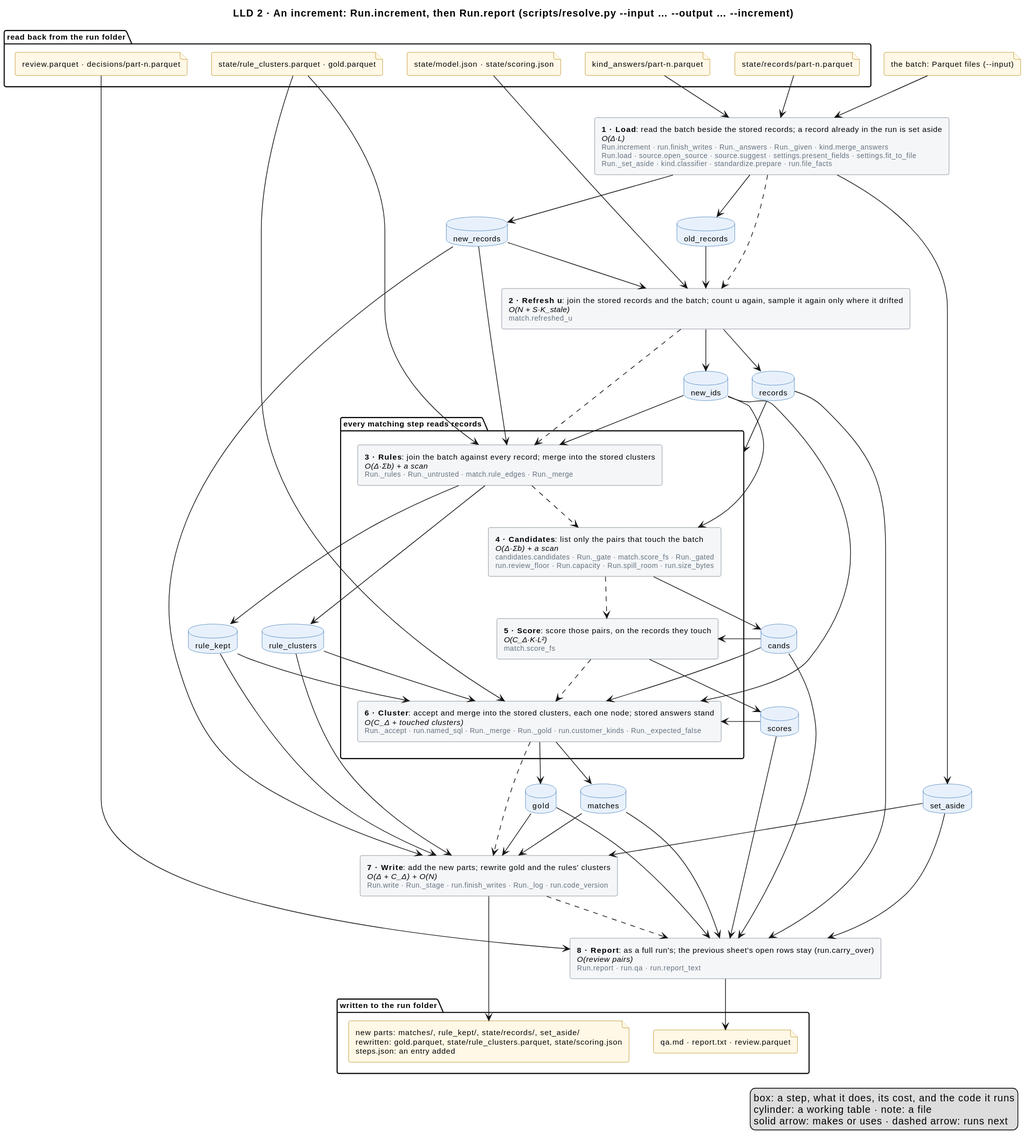
Above: docs/diagrams/increment.svg in mvsbm/entity_matching (PlantUML), before the change. Source of this version:
```plantuml
@startuml
title LLD 2 · An increment: Run.increment, then Run.report (scripts/resolve.py ~--input … ~--output … ~--increment)
skinparam defaultFontSize 11
skinparam rectangle {
  BackgroundColor #F4F6F8
  BorderColor #65717E
}
skinparam database {
  BackgroundColor #E8F1FB
  BorderColor #2C6DB3
}
skinparam file {
  BackgroundColor #FFF8E6
  BorderColor #B07D00
}

package "read back from the run folder" {
  file "state/model.json · state/scoring.json" as f_model
  file "state/records/part-n.parquet" as f_records
  file "state/rule_clusters.parquet · gold.parquet" as f_clusters
  file "kind_answers/part-n.parquet" as f_answers
  file "review.parquet · decisions/part-n.parquet" as f_sheet
}
file "the batch: Parquet files (~--input)" as f_batch


rectangle "<b>1 · Load</b>: read the batch beside the stored records; a record already in the run is set aside\n<i>O(Δ·L)</i>\n<size:10><color:#65717E>Run.increment · run.finish_writes · Run._answers · Run._given · kind.merge_answers</color></size>\n<size:10><color:#65717E>Run.load · source.open_source · source.suggest · settings.present_fields · settings.fit_to_file</color></size>\n<size:10><color:#65717E>Run._set_aside · kind.classifier · standardize.prepare · run.file_facts</color></size>" as load
rectangle "<b>2 · Refresh u</b>: join the stored records and the batch; count u again, sample it again only where it drifted\n<i>O(N + S·K_stale)</i>\n<size:10><color:#65717E>match.refreshed_u</color></size>" as fit
package "every matching step reads records" as matching {
  rectangle "<b>3 · Rules</b>: join the batch against every record; merge into the stored clusters\n<i>O(Δ·Σb) + a scan</i>\n<size:10><color:#65717E>Run._rules · Run._untrusted · match.rule_edges · Run._merge</color></size>" as rules
  rectangle "<b>4 · Candidates</b>: list only the pairs that touch the batch\n<i>O(Δ·Σb) + a scan</i>\n<size:10><color:#65717E>candidates.candidates · Run._gate · match.score_fs · Run._gated</color></size>\n<size:10><color:#65717E>run.review_floor · Run.capacity · Run.spill_room · run.size_bytes</color></size>" as candidates
  rectangle "<b>5 · Score</b>: score those pairs, on the records they touch\n<i>O(C_Δ·K·L²)</i>\n<size:10><color:#65717E>match.score_fs</color></size>" as score
  rectangle "<b>6 · Cluster</b>: accept and merge into the stored clusters, each one node; stored answers stand\n<i>O(C_Δ + touched clusters)</i>\n<size:10><color:#65717E>Run._accept · run.named_sql · Run._merge · Run._gold · run.customer_kinds · Run._expected_false</color></size>" as cluster
}
rectangle "<b>7 · Write</b>: add the new parts; rewrite gold and the rules' clusters\n<i>O(Δ + C_Δ) + O(N)</i>\n<size:10><color:#65717E>Run.write · Run._stage · run.finish_writes · Run._log · run.code_version</color></size>" as write
rectangle "<b>8 · Report</b>: as a full run's; the previous sheet's open rows stay (run.carry_over)\n<i>O(review pairs)</i>\n<size:10><color:#65717E>Run.report · run.qa · run.report_text</color></size>" as report
database "old_records" as old_records
database "new_records" as new_records
database "set_aside" as set_aside
database "records" as records
database "new_ids" as new_ids
database "rule_clusters" as rule_clusters
database "rule_kept" as rule_kept
database "cands" as cands
database "scores" as scores
database "matches" as matches
database "gold" as gold

package "written to the run folder" {
  file "new parts: matches/, rule_kept/, state/records/, set_aside/\nrewritten: gold.parquet, state/rule_clusters.parquet, state/scoring.json\nsteps.json: an entry added" as f_out
  file "qa.md · report.txt · review.parquet" as f_people
}

f_batch --> load
f_records --> load
f_answers --> load
f_model --> fit
f_clusters --> rules
f_clusters --> cluster
f_sheet --> report

load ..> fit
fit ..> rules
rules ..> candidates
candidates ..> score
score ..> cluster
cluster ..> write
write ..> report

load --> old_records
load --> new_records
load --> set_aside
old_records --> fit
new_records --> fit
fit --> records
fit --> new_ids
records --> matching
new_records --> rules
new_ids --> rules
rules --> rule_clusters
rules --> rule_kept
new_ids --> candidates
candidates --> cands
cands --> score
score --> scores
new_ids --> cluster
rule_clusters --> cluster
rule_kept --> cluster
cands --> cluster
scores --> cluster
cluster --> matches
cluster --> gold
new_records --> write
rule_clusters --> write
rule_kept --> write
matches --> write
gold --> write
set_aside --> write
records --> report
cands --> report
scores --> report
matches --> report
gold --> report
set_aside --> report

write --> f_out
report --> f_people
legend right
  box: a step, what it does, its cost, and the code it runs
  cylinder: a working table · note: a file
  solid arrow: makes or uses · dashed arrow: runs next
endlegend
@enduml
```
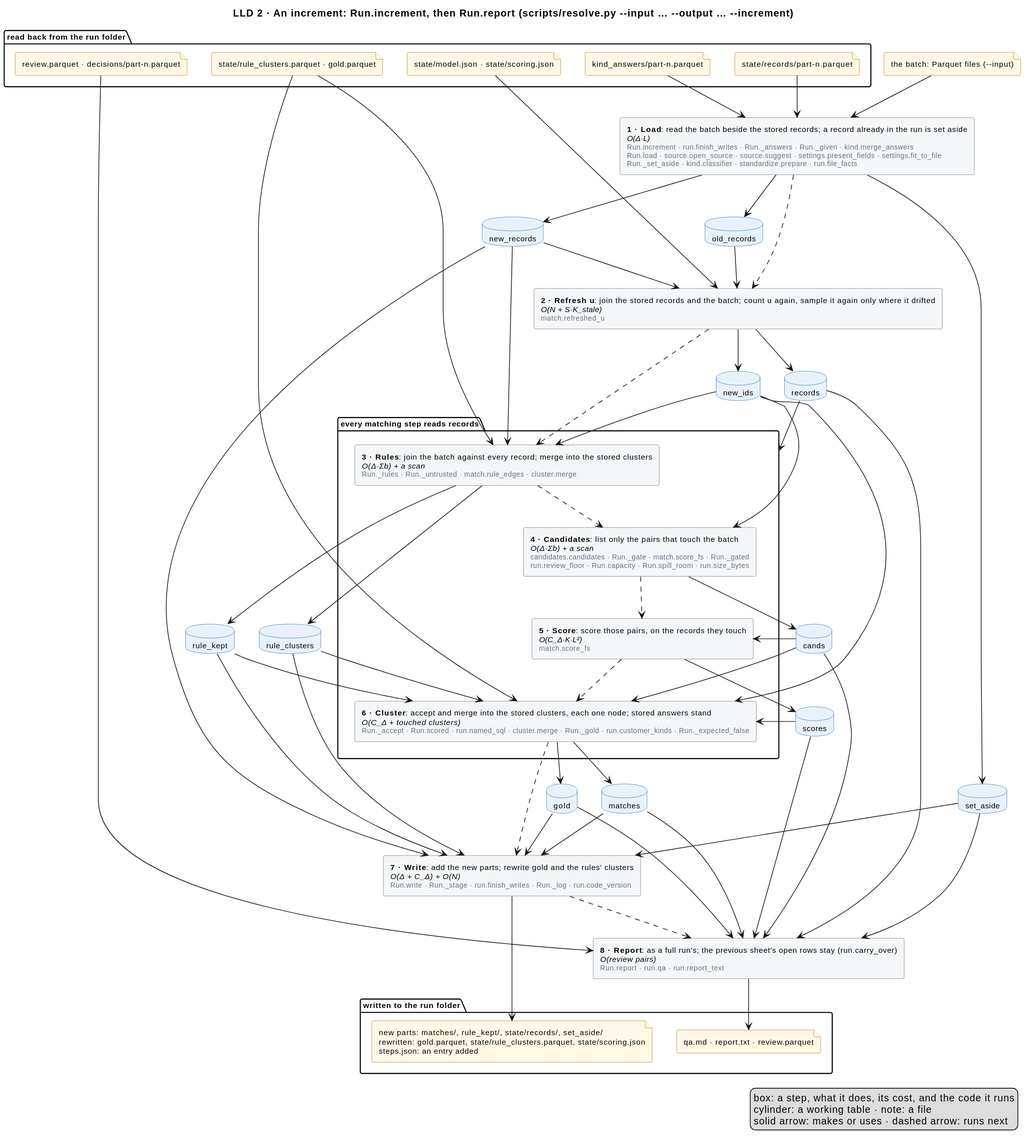
The same diagram one commit later.

The edit, as a diff of the source:
```diff
@@ -27,10 +27,10 @@
 rectangle "<b>1 · Load</b>: read the batch beside the stored records; a record already in the run is set aside\n<i>O(Δ·L)</i>\n<size:10><color:#65717E>Run.increment · run.finish_writes · Run._answers · Run._given · kind.merge_answers</color></size>\n<size:10><color:#65717E>Run.load · source.open_source · source.suggest · settings.present_fields · settings.fit_to_file</color></size>\n<size:10><color:#65717E>Run._set_aside · kind.classifier · standardize.prepare · run.file_facts</color></size>" as load
 rectangle "<b>2 · Refresh u</b>: join the stored records and the batch; count u again, sample it again only where it drifted\n<i>O(N + S·K_stale)</i>\n<size:10><color:#65717E>match.refreshed_u</color></size>" as fit
 package "every matching step reads records" as matching {
-  rectangle "<b>3 · Rules</b>: join the batch against every record; merge into the stored clusters\n<i>O(Δ·Σb) + a scan</i>\n<size:10><color:#65717E>Run._rules · Run._untrusted · match.rule_edges · Run._merge</color></size>" as rules
+  rectangle "<b>3 · Rules</b>: join the batch against every record; merge into the stored clusters\n<i>O(Δ·Σb) + a scan</i>\n<size:10><color:#65717E>Run._rules · Run._untrusted · match.rule_edges · cluster.merge</color></size>" as rules
   rectangle "<b>4 · Candidates</b>: list only the pairs that touch the batch\n<i>O(Δ·Σb) + a scan</i>\n<size:10><color:#65717E>candidates.candidates · Run._gate · match.score_fs · Run._gated</color></size>\n<size:10><color:#65717E>run.review_floor · Run.capacity · Run.spill_room · run.size_bytes</color></size>" as candidates
   rectangle "<b>5 · Score</b>: score those pairs, on the records they touch\n<i>O(C_Δ·K·L²)</i>\n<size:10><color:#65717E>match.score_fs</color></size>" as score
-  rectangle "<b>6 · Cluster</b>: accept and merge into the stored clusters, each one node; stored answers stand\n<i>O(C_Δ + touched clusters)</i>\n<size:10><color:#65717E>Run._accept · run.named_sql · Run._merge · Run._gold · run.customer_kinds · Run._expected_false</color></size>" as cluster
+  rectangle "<b>6 · Cluster</b>: accept and merge into the stored clusters, each one node; stored answers stand\n<i>O(C_Δ + touched clusters)</i>\n<size:10><color:#65717E>Run._accept · Run.scored · run.named_sql · cluster.merge · Run._gold · run.customer_kinds · Run._expected_false</color></size>" as cluster
 }
 rectangle "<b>7 · Write</b>: add the new parts; rewrite gold and the rules' clusters\n<i>O(Δ + C_Δ) + O(N)</i>\n<size:10><color:#65717E>Run.write · Run._stage · run.finish_writes · Run._log · run.code_version</color></size>" as write
 rectangle "<b>8 · Report</b>: as a full run's; the previous sheet's open rows stay (run.carry_over)\n<i>O(review pairs)</i>\n<size:10><color:#65717E>Run.report · run.qa · run.report_text</color></size>" as report
```
